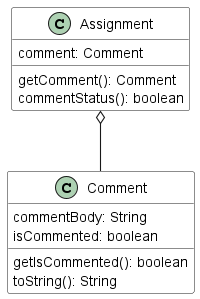
The PlantUML diagram docs/images/CommentClass UML.png in raydenlim/tp, before a commit. Source of this version:
```plantuml
@startuml
skinparam arrowThickness 1.1
skinparam classBackgroundColor LOGIC_COLOR

Assignment o-- Comment

class Assignment {
comment: Comment
getComment(): Comment
commentStatus(): boolean
}

class Comment {
commentBody: String
isCommented: boolean
getIsCommented(): boolean
toString(): String
}


@enduml
```
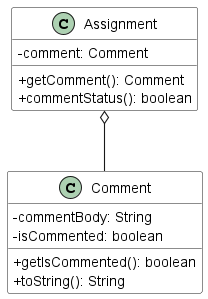
After the commit.

Commit message:
Update UML diagram

The edit, as a diff of the source:
```diff
@@ -1,21 +1,20 @@
 @startuml
 skinparam arrowThickness 1.1
 skinparam classBackgroundColor LOGIC_COLOR
+skinparam classAttributeIconSize 0
 
 Assignment o-- Comment
 
 class Assignment {
-comment: Comment
-getComment(): Comment
-commentStatus(): boolean
+-comment: Comment
++getComment(): Comment
++commentStatus(): boolean
 }
 
 class Comment {
-commentBody: String
-isCommented: boolean
-getIsCommented(): boolean
-toString(): String
+-commentBody: String
+-isCommented: boolean
++getIsCommented(): boolean
++toString(): String
 }
-
-
 @enduml
```
